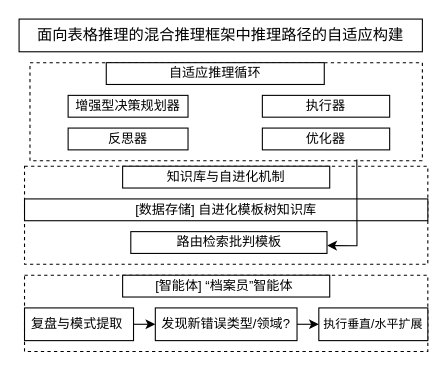
Before: results/未命名绘图.drawio in yesifu-1/data-store, a draw.io diagram. Source tidied: cells renumbered, new cells numbered last; positions are measured from the earlier drawing's top-left corner, leaving out a move shared by most shapes. Both pictures are drawn from the tidied source at 109%, with x=0, y=0 at pixel (19, 19).
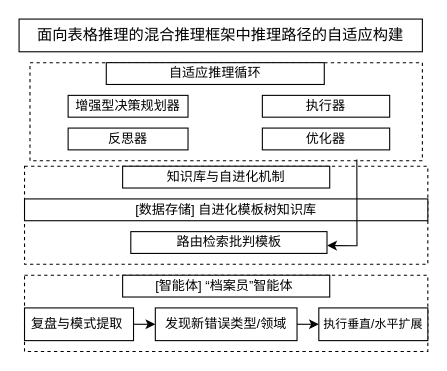
After the change.

The edit, as a diff of the source:
```diff
@@
-    <mxCell id="14" value="&lt;font&gt;发现新错误类型/领域? &lt;/font&gt;" style="rounded=0;whiteSpace=wrap;html=1;" parent="1" vertex="1">
+    <mxCell id="14" value="&lt;font&gt;发现新错误类型/领域&lt;/font&gt;" style="rounded=0;whiteSpace=wrap;html=1;" parent="1" vertex="1">
       <mxGeometry x="125" y="265" width="130" height="30" as="geometry" />
     </mxCell>
```
